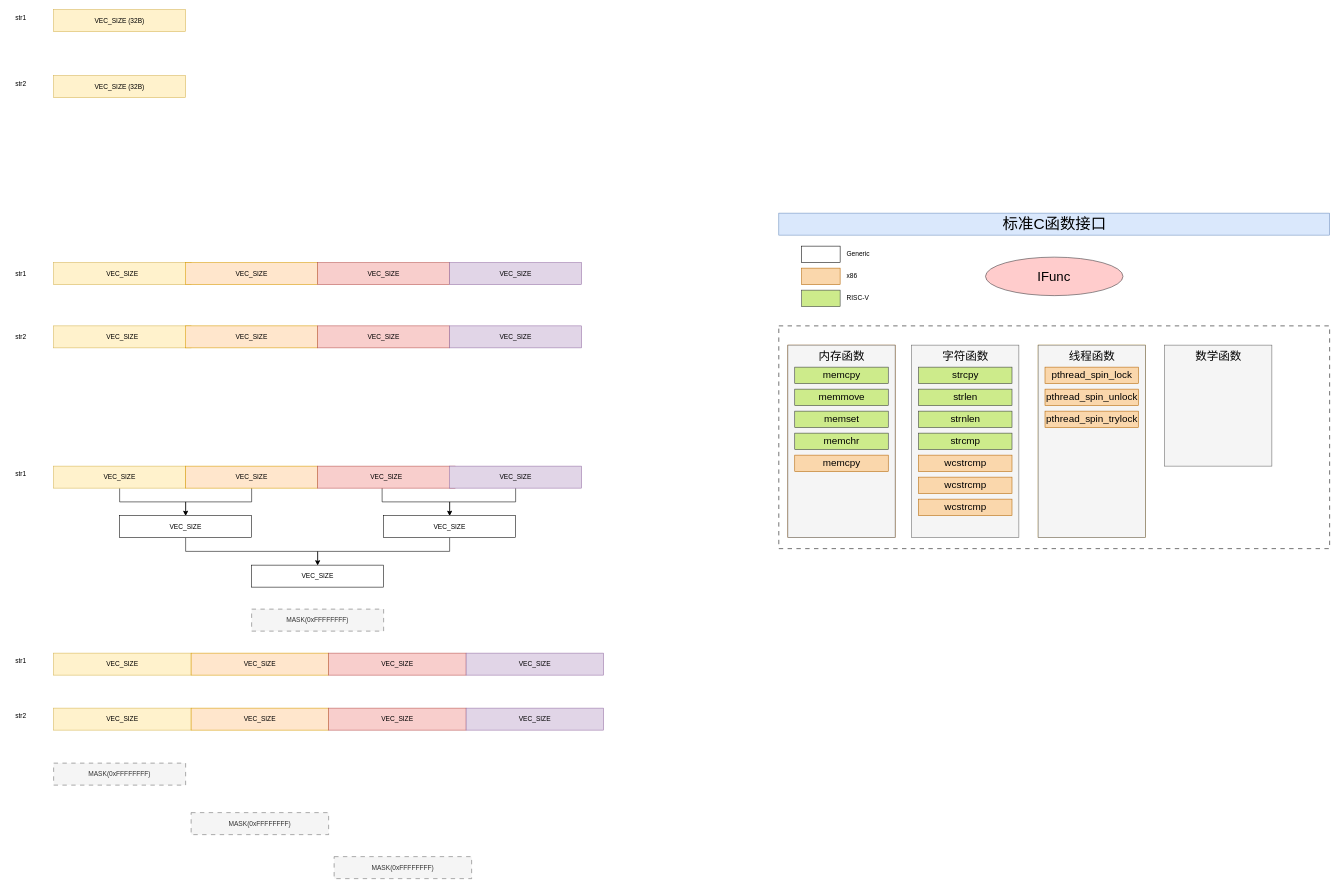
loweasy/-vx- keeps this draw.io diagram as images/strncmp专利.drawio. Above is the earlier version. Source tidied: cells renumbered, new cells numbered last; positions are measured from the earlier drawing's top-left corner, leaving out a move shared by most shapes. Both pictures are drawn from the tidied source at 55%, with x=0, y=0 at pixel (9, 9).
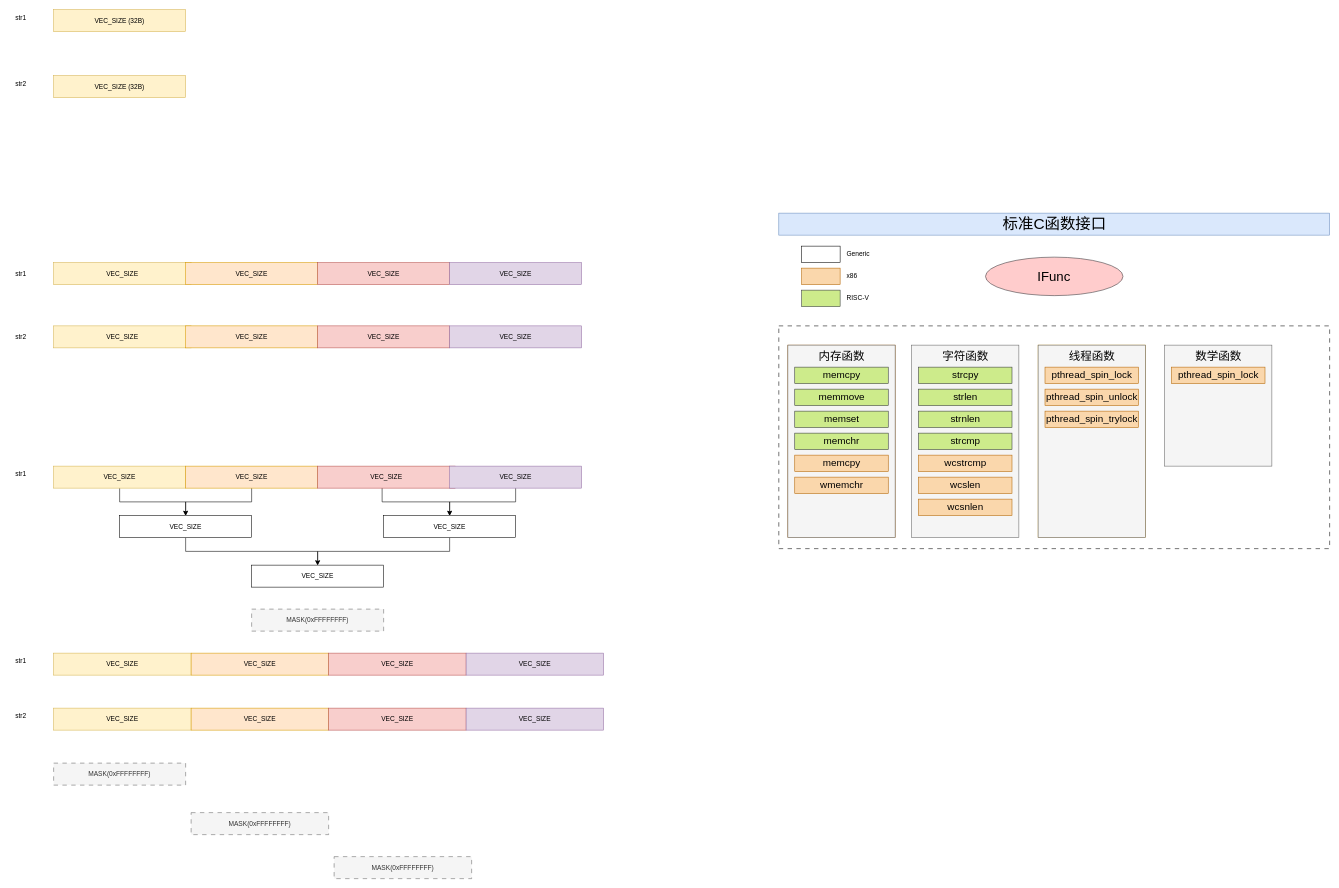
After the change.

The change refers to these unchanged cells:
```xml
<mxCell id="55" style="group;fillColor=#fad7ac;strokeColor=#b46504;" parent="1" vertex="1">
  <mxGeometry x="1415" y="610" width="195" height="350" as="geometry" />
</mxCell>
<mxCell id="63" style="group;" parent="1" vertex="1">
  <mxGeometry x="1640" y="610" width="195" height="350" as="geometry" />
</mxCell>
<mxCell id="79" style="group;" parent="1" vertex="1">
  <mxGeometry x="2100" y="610" width="195" height="220" as="geometry" />
</mxCell>
```

The edit, as a diff of the source:
```diff
@@
+    <mxCell id="82" value="&lt;font style=&quot;font-size: 18px;&quot;&gt;wmemchr&lt;/font&gt;" style="rounded=0;whiteSpace=wrap;html=1;fillColor=#fad7ac;strokeColor=#b46504;" parent="55" vertex="1">
+      <mxGeometry x="12.5" y="240" width="170" height="30" as="geometry" />
+    </mxCell>
@@
-    <mxCell id="71" value="&lt;font style=&quot;font-size: 18px;&quot;&gt;wcstrcmp&lt;/font&gt;" style="rounded=0;whiteSpace=wrap;html=1;fillColor=#fad7ac;strokeColor=#b46504;" parent="63" vertex="1">
+    <mxCell id="71" value="&lt;font style=&quot;font-size: 18px;&quot;&gt;wcslen&lt;/font&gt;" style="rounded=0;whiteSpace=wrap;html=1;fillColor=#fad7ac;strokeColor=#b46504;" parent="63" vertex="1">
       <mxGeometry x="12.5" y="240" width="170" height="30" as="geometry" />
     </mxCell>
-    <mxCell id="72" value="&lt;font style=&quot;font-size: 18px;&quot;&gt;wcstrcmp&lt;/font&gt;" style="rounded=0;whiteSpace=wrap;html=1;fillColor=#fad7ac;strokeColor=#b46504;" parent="63" vertex="1">
+    <mxCell id="72" value="&lt;font style=&quot;font-size: 18px;&quot;&gt;wcsnlen&lt;/font&gt;" style="rounded=0;whiteSpace=wrap;html=1;fillColor=#fad7ac;strokeColor=#b46504;" parent="63" vertex="1">
       <mxGeometry x="12.5" y="280" width="170" height="30" as="geometry" />
     </mxCell>
@@
+    <mxCell id="83" value="&lt;font style=&quot;font-size: 18px;&quot;&gt;pthread_spin_lock&lt;/font&gt;" style="rounded=0;whiteSpace=wrap;html=1;fillColor=#fad7ac;strokeColor=#b46504;" parent="79" vertex="1">
+      <mxGeometry x="12.5" y="40" width="170" height="30" as="geometry" />
+    </mxCell>
```
